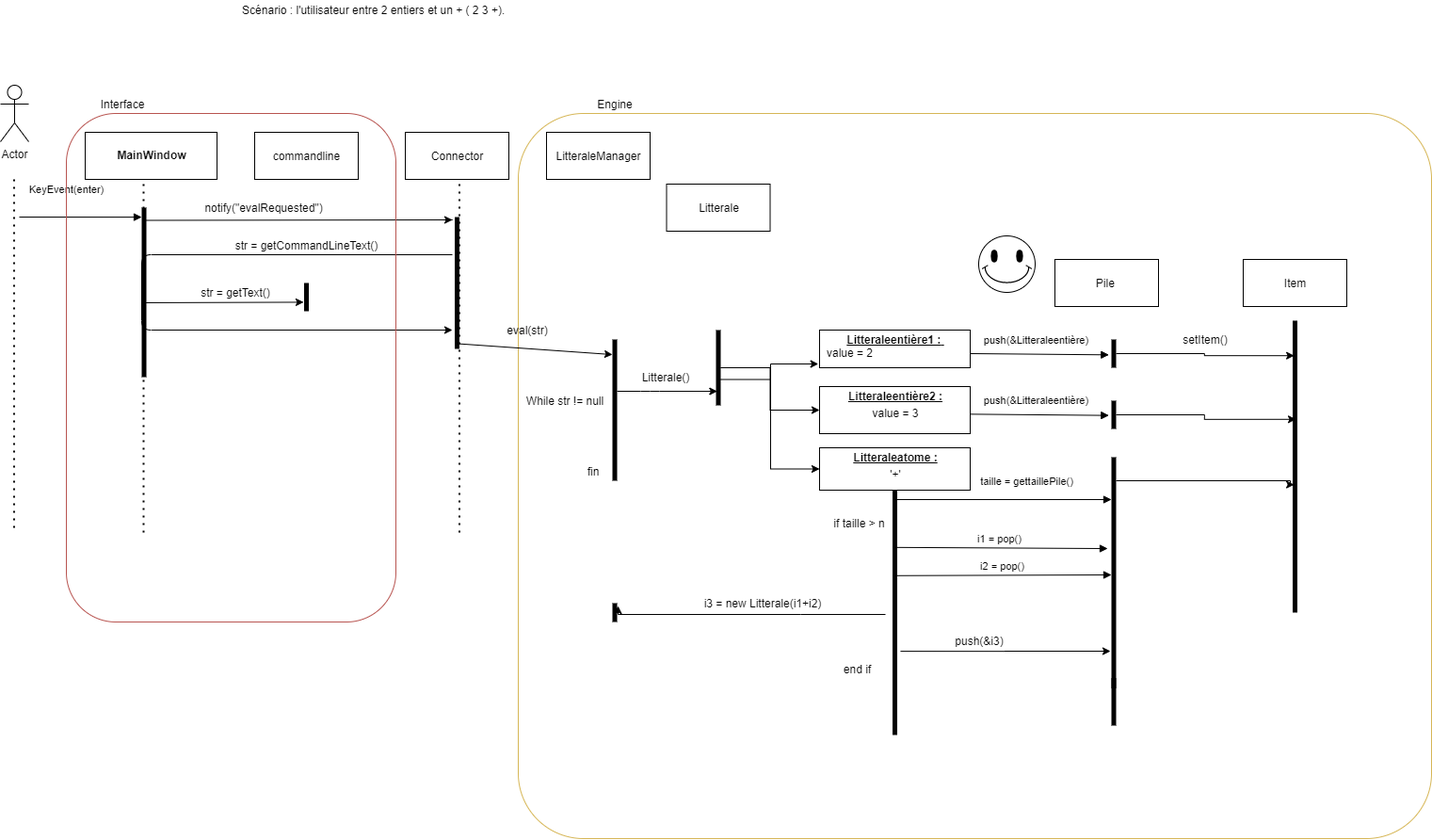
The draw.io diagram etudes_de_projet/Untitled Diagram.png in StephaneBranly/LO21-RPN-Calculator, before a commit. Source tidied: cells renumbered, new cells last; positions are measured from the earlier drawing's top-left corner, leaving out a move shared by most shapes. Its diagram source:
```xml
<mxGraphModel>
  <root>
    <mxCell id="0" />
    <mxCell id="1" parent="0" />
    <mxCell id="2" style="rounded=1;whiteSpace=wrap;html=1;strokeColor=#d6b656;arcSize=9;fillColor=none;" parent="1" vertex="1">
      <mxGeometry x="550" y="120" width="970" height="770" as="geometry" />
    </mxCell>
    <mxCell id="3" value="Actor" style="shape=umlActor;verticalLabelPosition=bottom;verticalAlign=top;html=1;" parent="1" vertex="1">
      <mxGeometry y="90" width="30" height="60" as="geometry" />
    </mxCell>
    <mxCell id="4" style="endArrow=none;dashed=1;html=1;dashPattern=1 3;strokeWidth=2;" parent="1" edge="1">
      <mxGeometry relative="1" as="geometry">
        <mxPoint x="14.5" y="560" as="sourcePoint" />
        <mxPoint x="14.5" y="190" as="targetPoint" />
      </mxGeometry>
    </mxCell>
    <mxCell id="5" value="KeyEvent(enter)" style="html=1;verticalAlign=bottom;endArrow=block;entryX=0;entryY=0.056;entryDx=0;entryDy=0;entryPerimeter=0;" parent="1" edge="1" target="9">
      <mxGeometry x="-0.23" y="20" relative="1" as="geometry">
        <mxPoint x="20" y="230" as="sourcePoint" />
      </mxGeometry>
    </mxCell>
    <mxCell id="6" value="&lt;p style=&quot;margin: 0px ; margin-top: 4px ; text-align: center&quot;&gt;&lt;br&gt;&lt;b&gt;MainWindow&lt;/b&gt;&lt;/p&gt;&lt;p style=&quot;margin: 0px ; margin-top: 4px ; text-align: center&quot;&gt;&lt;b&gt;&lt;br&gt;&lt;/b&gt;&lt;/p&gt;" style="verticalAlign=top;align=left;overflow=fill;fontSize=12;fontFamily=Helvetica;html=1;" parent="1" vertex="1">
      <mxGeometry x="90" y="140" width="140" height="50" as="geometry" />
    </mxCell>
    <mxCell id="7" value="&lt;div&gt;commandline&lt;/div&gt;" style="html=1;" parent="1" vertex="1">
      <mxGeometry x="270" y="140" width="110" height="50" as="geometry" />
    </mxCell>
    <mxCell id="8" style="edgeStyle=orthogonalEdgeStyle;rounded=0;jettySize=auto;html=1;exitX=0.883;exitY=0.075;exitDx=0;exitDy=0;exitPerimeter=0;" parent="1" edge="1" source="9">
      <mxGeometry relative="1" as="geometry">
        <mxPoint x="480" y="233" as="targetPoint" />
        <Array as="points">
          <mxPoint x="480" y="233" />
        </Array>
      </mxGeometry>
    </mxCell>
    <mxCell id="9" style="html=1;points=[];perimeter=orthogonalPerimeter;fillColor=#000000;strokeColor=none;" parent="1" vertex="1">
      <mxGeometry x="150" y="220" width="5" height="180" as="geometry" />
    </mxCell>
    <mxCell id="10" style="html=1;points=[];perimeter=orthogonalPerimeter;fillColor=#000000;strokeColor=none;" parent="1" vertex="1">
      <mxGeometry x="322.5" y="300" width="5" height="30" as="geometry" />
    </mxCell>
    <mxCell id="11" value="Connector" style="html=1;" parent="1" vertex="1">
      <mxGeometry x="430" y="140" width="110" height="50" as="geometry" />
    </mxCell>
    <mxCell id="12" style="html=1;points=[];perimeter=orthogonalPerimeter;fillColor=#000000;strokeColor=none;" parent="1" vertex="1">
      <mxGeometry x="482.5" y="230" width="5" height="140" as="geometry" />
    </mxCell>
    <mxCell id="13" value="notify(&quot;evalRequested&quot;)" style="text;html=1;strokeColor=none;fillColor=none;align=center;verticalAlign=middle;whiteSpace=wrap;rounded=0;" parent="1" vertex="1">
      <mxGeometry x="230" y="210" width="100" height="20" as="geometry" />
    </mxCell>
    <mxCell id="14" value="LitteraleManager" style="html=1;" parent="1" vertex="1">
      <mxGeometry x="580" y="140" width="110" height="50" as="geometry" />
    </mxCell>
    <mxCell id="15" style="edgeStyle=orthogonalEdgeStyle;rounded=0;jettySize=auto;html=1;entryX=-0.008;entryY=0.9;entryDx=0;entryDy=0;entryPerimeter=0;exitX=1;exitY=0.656;exitDx=0;exitDy=0;exitPerimeter=0;" parent="1" edge="1" source="22" target="18">
      <mxGeometry relative="1" as="geometry">
        <Array as="points">
          <mxPoint x="818" y="403" />
          <mxPoint x="818" y="386" />
        </Array>
      </mxGeometry>
    </mxCell>
    <mxCell id="16" style="html=1;points=[];perimeter=orthogonalPerimeter;fillColor=#000000;strokeColor=none;" parent="1" vertex="1">
      <mxGeometry x="650" y="360" width="5" height="150" as="geometry" />
    </mxCell>
    <mxCell id="17" value="&lt;div&gt;eval(str)&lt;/div&gt;" style="text;html=1;strokeColor=none;fillColor=none;align=center;verticalAlign=middle;whiteSpace=wrap;rounded=0;" parent="1" vertex="1">
      <mxGeometry x="540" y="340" width="40" height="20" as="geometry" />
    </mxCell>
    <mxCell id="18" value="&lt;p style=&quot;margin: 0px ; margin-top: 4px ; text-align: center ; text-decoration: underline&quot;&gt;&lt;b&gt;Litteraleentière1 :&lt;/b&gt;&lt;b&gt;&amp;nbsp;&lt;/b&gt;&lt;/p&gt;&lt;p style=&quot;margin: 0px ; margin-left: 8px&quot;&gt;value = 2&amp;nbsp;&lt;/p&gt;" style="verticalAlign=top;align=left;overflow=fill;fontSize=12;fontFamily=Helvetica;html=1;" parent="1" vertex="1">
      <mxGeometry x="870" y="350" width="160" height="40" as="geometry" />
    </mxCell>
    <mxCell id="19" value="Litterale" style="html=1;" parent="1" vertex="1">
      <mxGeometry x="707.5" y="195" width="110" height="50" as="geometry" />
    </mxCell>
    <mxCell id="20" style="edgeStyle=orthogonalEdgeStyle;rounded=0;jettySize=auto;html=1;" parent="1" edge="1" source="22" target="31">
      <mxGeometry relative="1" as="geometry" />
    </mxCell>
    <mxCell id="21" style="edgeStyle=orthogonalEdgeStyle;rounded=0;jettySize=auto;html=1;entryX=0;entryY=0.5;entryDx=0;entryDy=0;" parent="1" edge="1" source="22" target="39">
      <mxGeometry relative="1" as="geometry">
        <Array as="points">
          <mxPoint x="818" y="390" />
          <mxPoint x="818" y="498" />
        </Array>
      </mxGeometry>
    </mxCell>
    <mxCell id="22" style="html=1;points=[];perimeter=orthogonalPerimeter;fillColor=#000000;strokeColor=none;" parent="1" vertex="1">
      <mxGeometry x="760" y="350" width="5" height="80" as="geometry" />
    </mxCell>
    <mxCell id="23" value="Litterale()" style="text;html=1;strokeColor=none;fillColor=none;align=center;verticalAlign=middle;whiteSpace=wrap;rounded=0;" parent="1" vertex="1">
      <mxGeometry x="687" y="390" width="40" height="20" as="geometry" />
    </mxCell>
    <mxCell id="24" style="endArrow=classic;html=1;" parent="1" edge="1">
      <mxGeometry relative="1" as="geometry">
        <mxPoint x="480" y="270" as="sourcePoint" />
        <mxPoint x="480" y="350" as="targetPoint" />
        <Array as="points">
          <mxPoint x="150" y="270" />
          <mxPoint x="150" y="350" />
        </Array>
      </mxGeometry>
    </mxCell>
    <mxCell id="25" value="str = getCommandLineText()" style="text;html=1;strokeColor=none;fillColor=none;align=center;verticalAlign=middle;whiteSpace=wrap;rounded=0;" parent="1" vertex="1">
      <mxGeometry x="237.5" y="250" width="175" height="20" as="geometry" />
    </mxCell>
    <mxCell id="26" value="str = getText()" style="text;html=1;strokeColor=none;fillColor=none;align=center;verticalAlign=middle;whiteSpace=wrap;rounded=0;" parent="1" vertex="1">
      <mxGeometry x="210" y="300" width="80" height="20" as="geometry" />
    </mxCell>
    <mxCell id="27" style="endArrow=classic;html=1;exitX=0.914;exitY=0.561;exitDx=0;exitDy=0;exitPerimeter=0;entryX=-0.1;entryY=0.681;entryDx=0;entryDy=0;entryPerimeter=0;" parent="1" edge="1" source="9" target="10">
      <mxGeometry relative="1" as="geometry" />
    </mxCell>
    <mxCell id="28" style="endArrow=classic;html=1;exitX=0.357;exitY=0.96;exitDx=0;exitDy=0;exitPerimeter=0;entryX=0;entryY=0.107;entryDx=0;entryDy=0;entryPerimeter=0;" parent="1" edge="1" source="12" target="16">
      <mxGeometry relative="1" as="geometry" />
    </mxCell>
    <mxCell id="29" style="endArrow=none;dashed=1;html=1;dashPattern=1 3;strokeWidth=2;" parent="1" edge="1">
      <mxGeometry relative="1" as="geometry">
        <mxPoint x="152" y="565" as="sourcePoint" />
        <mxPoint x="152" y="195" as="targetPoint" />
      </mxGeometry>
    </mxCell>
    <mxCell id="30" style="endArrow=none;dashed=1;html=1;dashPattern=1 3;strokeWidth=2;" parent="1" edge="1">
      <mxGeometry relative="1" as="geometry">
        <mxPoint x="487.5" y="565" as="sourcePoint" />
        <mxPoint x="487.5" y="195" as="targetPoint" />
      </mxGeometry>
    </mxCell>
    <mxCell id="31" value="&lt;p style=&quot;margin: 0px ; margin-top: 4px ; text-align: center ; text-decoration: underline&quot;&gt;&lt;b&gt;Litteraleentière2 :&lt;/b&gt;&lt;/p&gt;&lt;p style=&quot;margin: 4px 0px 0px ; text-align: center&quot;&gt;value = 3&lt;/p&gt;" style="verticalAlign=top;align=left;overflow=fill;fontSize=12;fontFamily=Helvetica;html=1;" parent="1" vertex="1">
      <mxGeometry x="870" y="410" width="160" height="50" as="geometry" />
    </mxCell>
    <mxCell id="32" value="fin" style="text;html=1;strokeColor=none;fillColor=none;align=center;verticalAlign=middle;whiteSpace=wrap;rounded=0;" parent="1" vertex="1">
      <mxGeometry x="610" y="490" width="40" height="20" as="geometry" />
    </mxCell>
    <mxCell id="33" style="endArrow=classic;html=1;entryX=0.267;entryY=0.813;entryDx=0;entryDy=0;entryPerimeter=0;" parent="1" edge="1" source="16" target="22">
      <mxGeometry relative="1" as="geometry">
        <Array as="points">
          <mxPoint x="690" y="415" />
        </Array>
      </mxGeometry>
    </mxCell>
    <mxCell id="34" value="While str != null" style="text;html=1;strokeColor=none;fillColor=none;align=center;verticalAlign=middle;whiteSpace=wrap;rounded=0;" parent="1" vertex="1">
      <mxGeometry x="550" y="415" width="100" height="20" as="geometry" />
    </mxCell>
    <mxCell id="35" style="rounded=1;whiteSpace=wrap;html=1;strokeColor=#b85450;fillColor=none;" parent="1" vertex="1">
      <mxGeometry x="70" y="120" width="350" height="540" as="geometry" />
    </mxCell>
    <mxCell id="36" value="Interface" style="text;html=1;strokeColor=none;fillColor=none;align=center;verticalAlign=middle;whiteSpace=wrap;rounded=0;" parent="1" vertex="1">
      <mxGeometry x="110" y="100" width="40" height="20" as="geometry" />
    </mxCell>
    <mxCell id="37" value="Scénario : l'utilisateur entre 2 entiers et un + ( 2 3 +).&amp;nbsp;&amp;nbsp;" style="text;html=1;strokeColor=none;fillColor=none;align=center;verticalAlign=middle;whiteSpace=wrap;rounded=0;" parent="1" vertex="1">
      <mxGeometry x="140" width="520" height="20" as="geometry" />
    </mxCell>
    <mxCell id="38" value="Engine" style="text;html=1;strokeColor=none;fillColor=none;align=center;verticalAlign=middle;whiteSpace=wrap;rounded=0;" parent="1" vertex="1">
      <mxGeometry x="632.5" y="100" width="40" height="20" as="geometry" />
    </mxCell>
    <mxCell id="39" value="&lt;p style=&quot;margin: 0px ; margin-top: 4px ; text-align: center ; text-decoration: underline&quot;&gt;&lt;b&gt;Litteraleatome :&lt;/b&gt;&lt;/p&gt;&lt;p style=&quot;margin: 4px 0px 0px ; text-align: center&quot;&gt;'+'&lt;/p&gt;" style="verticalAlign=top;align=left;overflow=fill;fontSize=12;fontFamily=Helvetica;html=1;" parent="1" vertex="1">
      <mxGeometry x="870" y="475" width="160" height="45" as="geometry" />
    </mxCell>
    <mxCell id="40" value="Pile&amp;nbsp;" style="html=1;" parent="1" vertex="1">
      <mxGeometry x="1120" y="275" width="110" height="50" as="geometry" />
    </mxCell>
    <mxCell id="41" value="Item" style="html=1;" parent="1" vertex="1">
      <mxGeometry x="1320" y="275" width="110" height="50" as="geometry" />
    </mxCell>
    <mxCell id="42" style="edgeStyle=orthogonalEdgeStyle;rounded=0;jettySize=auto;html=1;entryX=0.329;entryY=0.12;entryDx=0;entryDy=0;entryPerimeter=0;" parent="1" edge="1" source="43" target="58">
      <mxGeometry relative="1" as="geometry" />
    </mxCell>
    <mxCell id="43" style="html=1;points=[];perimeter=orthogonalPerimeter;fillColor=#000000;strokeColor=none;" parent="1" vertex="1">
      <mxGeometry x="1180" y="360" width="5" height="30" as="geometry" />
    </mxCell>
    <mxCell id="44" style="edgeStyle=orthogonalEdgeStyle;rounded=0;jettySize=auto;html=1;entryX=0.71;entryY=0.338;entryDx=0;entryDy=0;entryPerimeter=0;" parent="1" edge="1" source="45" target="58">
      <mxGeometry relative="1" as="geometry" />
    </mxCell>
    <mxCell id="45" style="html=1;points=[];perimeter=orthogonalPerimeter;fillColor=#000000;strokeColor=none;" parent="1" vertex="1">
      <mxGeometry x="1180" y="425" width="5" height="30" as="geometry" />
    </mxCell>
    <mxCell id="46" style="edgeStyle=orthogonalEdgeStyle;rounded=0;jettySize=auto;html=1;entryX=1.2;entryY=0.15;entryDx=0;entryDy=0;entryPerimeter=0;" parent="1" edge="1" target="54">
      <mxGeometry relative="1" as="geometry">
        <mxPoint x="940" y="652" as="sourcePoint" />
        <Array as="points">
          <mxPoint x="850" y="652" />
          <mxPoint x="850" y="652" />
        </Array>
      </mxGeometry>
    </mxCell>
    <mxCell id="47" style="edgeStyle=orthogonalEdgeStyle;rounded=0;jettySize=auto;html=1;entryX=0.329;entryY=0.562;entryDx=0;entryDy=0;entryPerimeter=0;" parent="1" edge="1" source="48" target="58">
      <mxGeometry relative="1" as="geometry">
        <Array as="points">
          <mxPoint x="1370" y="510" />
          <mxPoint x="1370" y="514" />
        </Array>
      </mxGeometry>
    </mxCell>
    <mxCell id="48" style="html=1;points=[];perimeter=orthogonalPerimeter;fillColor=#000000;strokeColor=none;" parent="1" vertex="1">
      <mxGeometry x="1180" y="485" width="5" height="245" as="geometry" />
    </mxCell>
    <mxCell id="49" value="push(&amp;amp;Litteraleentière)" style="html=1;verticalAlign=bottom;endArrow=block;entryX=-0.533;entryY=0.544;entryDx=0;entryDy=0;entryPerimeter=0;" parent="1" edge="1" target="43">
      <mxGeometry x="-0.05" y="6" relative="1" as="geometry">
        <mxPoint x="1030" y="375" as="sourcePoint" />
      </mxGeometry>
    </mxCell>
    <mxCell id="50" value="push(&amp;amp;Litteraleentière)" style="html=1;verticalAlign=bottom;endArrow=block;entryX=-0.533;entryY=0.544;entryDx=0;entryDy=0;entryPerimeter=0;" parent="1" edge="1">
      <mxGeometry x="-0.05" y="6" relative="1" as="geometry">
        <mxPoint x="1030" y="439.3" as="sourcePoint" />
        <mxPoint x="1177.3" y="440.7" as="targetPoint" />
      </mxGeometry>
    </mxCell>
    <mxCell id="51" value="taille = gettaillePile()" style="html=1;verticalAlign=bottom;endArrow=block;" parent="1" edge="1" source="59">
      <mxGeometry x="0.2" y="10" relative="1" as="geometry">
        <mxPoint x="1180" y="530" as="targetPoint" />
        <mxPoint x="1" as="offset" />
      </mxGeometry>
    </mxCell>
    <mxCell id="52" value="if taille &amp;gt; n" style="text;html=1;strokeColor=none;fillColor=none;align=center;verticalAlign=middle;whiteSpace=wrap;rounded=0;" parent="1" vertex="1">
      <mxGeometry x="871.5" y="545" width="81" height="20" as="geometry" />
    </mxCell>
    <mxCell id="53" style="verticalLabelPosition=bottom;verticalAlign=top;html=1;shape=mxgraph.basic.smiley;" parent="1" vertex="1">
      <mxGeometry x="1039" y="250" width="60" height="60" as="geometry" />
    </mxCell>
    <mxCell id="54" style="html=1;points=[];perimeter=orthogonalPerimeter;fillColor=#000000;strokeColor=none;" parent="1" vertex="1">
      <mxGeometry x="650" y="640" width="5" height="20" as="geometry" />
    </mxCell>
    <mxCell id="55" style="edgeStyle=orthogonalEdgeStyle;rounded=0;jettySize=auto;html=1;exitX=1.7;exitY=0.658;exitDx=0;exitDy=0;exitPerimeter=0;" parent="1" edge="1" source="59">
      <mxGeometry relative="1" as="geometry">
        <mxPoint x="1179" y="691" as="targetPoint" />
      </mxGeometry>
    </mxCell>
    <mxCell id="56" style="html=1;perimeter=orthogonalPerimeter;fillColor=#000000;strokeColor=none;" parent="1" vertex="1">
      <mxGeometry x="1180" y="720" width="5" height="50" as="geometry" />
    </mxCell>
    <mxCell id="57" value="push(&amp;amp;i3)" style="text;html=1;strokeColor=none;fillColor=none;align=center;verticalAlign=middle;whiteSpace=wrap;rounded=0;" parent="1" vertex="1">
      <mxGeometry x="1020" y="670" width="40" height="20" as="geometry" />
    </mxCell>
    <mxCell id="58" style="html=1;points=[];perimeter=orthogonalPerimeter;fillColor=#000000;strokeColor=none;" parent="1" vertex="1">
      <mxGeometry x="1372.5" y="340" width="5" height="310" as="geometry" />
    </mxCell>
    <mxCell id="59" style="html=1;points=[];perimeter=orthogonalPerimeter;fillColor=#000000;strokeColor=none;" parent="1" vertex="1">
      <mxGeometry x="947.5" y="520" width="5" height="260" as="geometry" />
    </mxCell>
    <mxCell id="60" value="i1 = pop()" style="html=1;verticalAlign=bottom;endArrow=block;exitX=1.335;exitY=0.108;exitDx=0;exitDy=0;exitPerimeter=0;entryX=-0.8;entryY=0.396;entryDx=0;entryDy=0;entryPerimeter=0;" parent="1" edge="1" target="48">
      <mxGeometry relative="1" as="geometry">
        <mxPoint x="947.5" y="580.8" as="sourcePoint" />
      </mxGeometry>
    </mxCell>
    <mxCell id="61" value="i2 = pop()" style="html=1;verticalAlign=bottom;endArrow=block;exitX=1.335;exitY=0.108;exitDx=0;exitDy=0;exitPerimeter=0;entryX=0;entryY=0.76;entryDx=0;entryDy=0;entryPerimeter=0;" parent="1" edge="1">
      <mxGeometry relative="1" as="geometry">
        <mxPoint x="947.5" y="610.8" as="sourcePoint" />
        <mxPoint x="1180" y="610" as="targetPoint" />
      </mxGeometry>
    </mxCell>
    <mxCell id="62" value="setItem()" style="text;html=1;strokeColor=none;fillColor=none;align=center;verticalAlign=middle;whiteSpace=wrap;rounded=0;" parent="1" vertex="1">
      <mxGeometry x="1220" y="350" width="120" height="20" as="geometry" />
    </mxCell>
    <mxCell id="63" value="i3 = new Litterale(i1+i2)" style="text;html=1;strokeColor=none;fillColor=none;align=center;verticalAlign=middle;whiteSpace=wrap;rounded=0;" parent="1" vertex="1">
      <mxGeometry x="740" y="630" width="140" height="20" as="geometry" />
    </mxCell>
    <mxCell id="64" value="end if" style="text;html=1;strokeColor=none;fillColor=none;align=center;verticalAlign=middle;whiteSpace=wrap;rounded=0;" parent="1" vertex="1">
      <mxGeometry x="870" y="700" width="81" height="20" as="geometry" />
    </mxCell>
  </root>
</mxGraphModel>
```
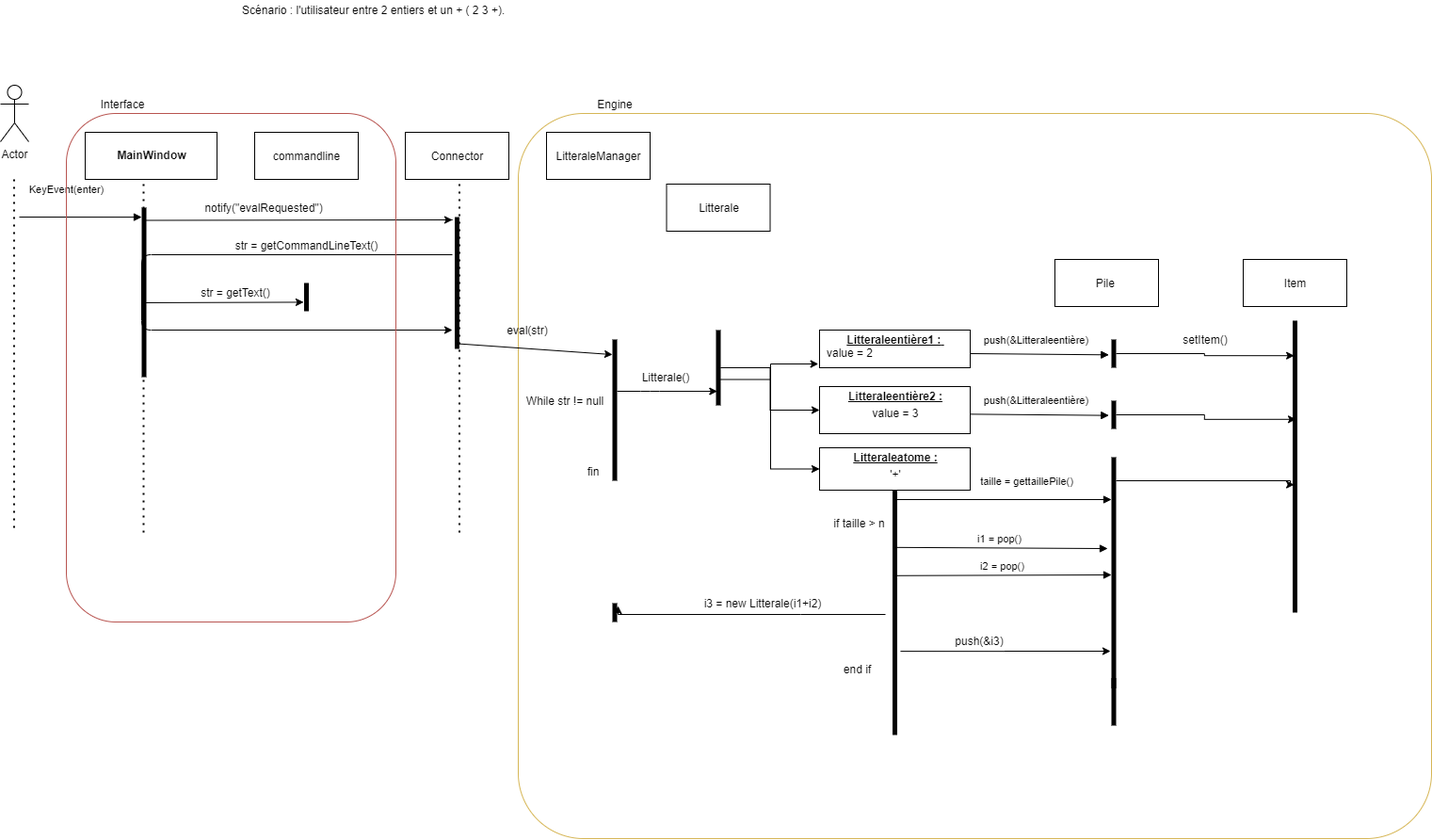
After the change.

What changed in the source:
```diff
@@ -211,9 +211,6 @@
     <mxCell id="52" value="if taille &amp;gt; n" style="text;html=1;strokeColor=none;fillColor=none;align=center;verticalAlign=middle;whiteSpace=wrap;rounded=0;" parent="1" vertex="1">
       <mxGeometry x="871.5" y="545" width="81" height="20" as="geometry" />
     </mxCell>
-    <mxCell id="53" style="verticalLabelPosition=bottom;verticalAlign=top;html=1;shape=mxgraph.basic.smiley;" parent="1" vertex="1">
-      <mxGeometry x="1039" y="250" width="60" height="60" as="geometry" />
-    </mxCell>
     <mxCell id="54" style="html=1;points=[];perimeter=orthogonalPerimeter;fillColor=#000000;strokeColor=none;" parent="1" vertex="1">
       <mxGeometry x="650" y="640" width="5" height="20" as="geometry" />
     </mxCell>
```
